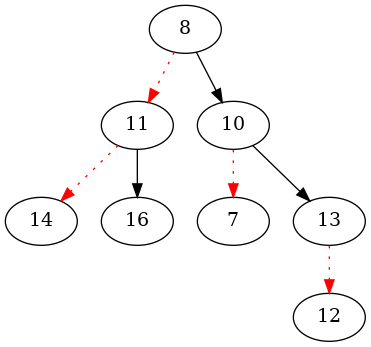
Before: tree.png, a diagram exported from Graphviz (AdwaithRK/IITG-DSA_LAB). Its source is kept beside it as tree.dot. Its diagram source:
```dot
digraph g{
8 -> 11 [color = red, style=dotted];
11 -> 14 [color = red, style=dotted];
11 -> 16 ;
8 -> 10 ;
10 -> 7 [color = red, style=dotted];
10 -> 13 ;
13 -> 12 [color = red, style=dotted];
}
```
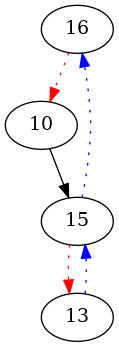
Above is the later version.

Commit message:
right threaded binary tree almost completed

Diff of the diagram source:
```diff
@@ -1,9 +1,7 @@
 digraph g{
-8 -> 11 [color = red, style=dotted];
-11 -> 14 [color = red, style=dotted];
-11 -> 16 ;
-8 -> 10 ;
-10 -> 7 [color = red, style=dotted];
-10 -> 13 ;
-13 -> 12 [color = red, style=dotted];
+16 -> 10 [color = red, style=dotted];
+10 -> 15 ;
+15 -> 13 [color = red, style=dotted];
+13 -> 15 [color = blue, style=dotted];
+15 -> 16 [color = blue, style=dotted];
 }
```
